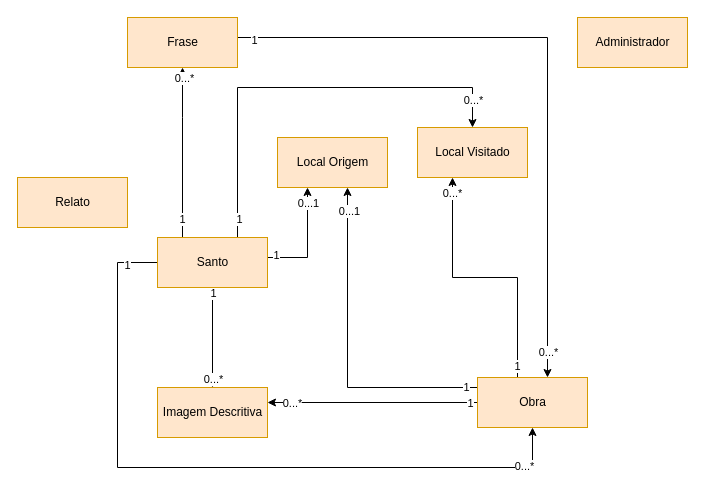
This is page "Conceptual Model" (1 of 2) of Documentation/Untitled Diagram.drawio from the-catholics/Saints-API, a draw.io file, before an edit. Source tidied: cells renumbered, new cells numbered last; positions are measured from the earlier drawing's top-left corner, leaving out a move shared by most shapes. Both pictures are drawn from the tidied source at 100%, with x=0, y=0 at pixel (17, 17).
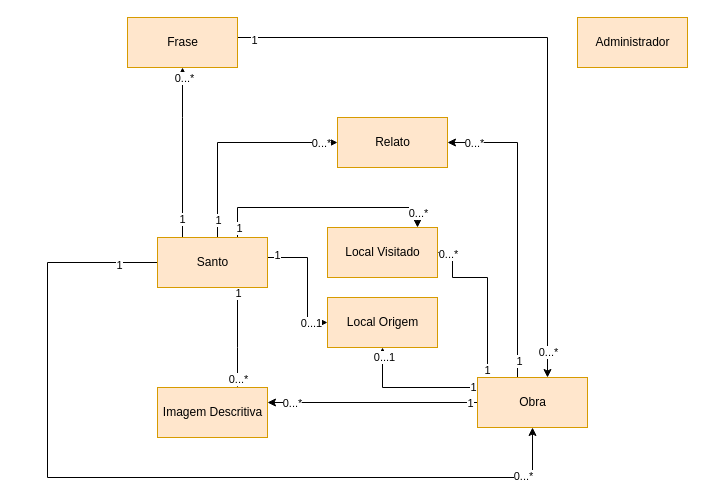
Above is the later version.

The change refers to these unchanged cells:
```xml
<mxCell id="17" value="Santo" style="html=1;fillColor=#ffe6cc;strokeColor=#d79b00;" parent="1" vertex="1">
  <mxGeometry x="140" y="220" width="110" height="50" as="geometry" />
</mxCell>
<mxCell id="27" value="Obra" style="html=1;fillColor=#ffe6cc;strokeColor=#d79b00;" parent="1" vertex="1">
  <mxGeometry x="460" y="360" width="110" height="50" as="geometry" />
</mxCell>
<mxCell id="28" value="Imagem Descritiva" style="html=1;fillColor=#ffe6cc;strokeColor=#d79b00;" parent="1" vertex="1">
  <mxGeometry x="140" y="370" width="110" height="50" as="geometry" />
</mxCell>
```

What changed in the source:
```diff
@@
     <mxCell id="2" style="edgeStyle=orthogonalEdgeStyle;rounded=0;jettySize=auto;html=1;" parent="1" edge="1" source="17" target="27">
       <mxGeometry relative="1" as="geometry">
         <Array as="points">
-          <mxPoint x="100" y="245" />
-          <mxPoint x="100" y="450" />
-          <mxPoint x="515" y="450" />
+          <mxPoint x="30" y="245" />
+          <mxPoint x="30" y="460" />
+          <mxPoint x="515" y="460" />
         </Array>
       </mxGeometry>
     </mxCell>
@@
     <mxCell id="5" style="edgeStyle=orthogonalEdgeStyle;rounded=0;jettySize=auto;html=1;" parent="1" edge="1" source="17" target="28">
-      <mxGeometry relative="1" as="geometry" />
+      <mxGeometry relative="1" as="geometry">
+        <Array as="points">
+          <mxPoint x="220" y="330" />
+          <mxPoint x="220" y="330" />
+        </Array>
+      </mxGeometry>
     </mxCell>
@@
     <mxCell id="14" style="edgeStyle=orthogonalEdgeStyle;rounded=0;jettySize=auto;html=1;" parent="1" edge="1" source="17" target="35">
       <mxGeometry relative="1" as="geometry">
         <Array as="points">
-          <mxPoint x="220" y="70" />
-          <mxPoint x="455" y="70" />
+          <mxPoint x="220" y="190" />
+          <mxPoint x="400" y="190" />
         </Array>
       </mxGeometry>
     </mxCell>
@@
+    <mxCell id="37" style="edgeStyle=orthogonalEdgeStyle;rounded=0;jettySize=auto;html=1;" parent="1" edge="1" source="17" target="36">
+      <mxGeometry relative="1" as="geometry">
+        <Array as="points">
+          <mxPoint x="200" y="125" />
+        </Array>
+      </mxGeometry>
+    </mxCell>
+    <mxCell id="38" value="1" style="edgeLabel;html=1;align=center;verticalAlign=middle;" parent="37" vertex="1">
+      <mxGeometry x="-0.83" relative="1" as="geometry" />
+    </mxCell>
+    <mxCell id="39" value="0...*" style="edgeLabel;html=1;align=center;verticalAlign=middle;" parent="37" vertex="1">
+      <mxGeometry x="0.84" relative="1" as="geometry" />
+    </mxCell>
@@
     <mxCell id="21" style="edgeStyle=orthogonalEdgeStyle;rounded=0;jettySize=auto;html=1;" parent="1" edge="1" source="27" target="34">
       <mxGeometry relative="1" as="geometry">
         <Array as="points">
-          <mxPoint x="330" y="370" />
+          <mxPoint x="365" y="370" />
         </Array>
       </mxGeometry>
     </mxCell>
@@
     <mxCell id="24" style="edgeStyle=orthogonalEdgeStyle;rounded=0;jettySize=auto;html=1;" parent="1" edge="1" source="27" target="35">
       <mxGeometry relative="1" as="geometry">
         <Array as="points">
-          <mxPoint x="500" y="260" />
+          <mxPoint x="470" y="260" />
           <mxPoint x="435" y="260" />
+          <mxPoint x="435" y="235" />
         </Array>
       </mxGeometry>
     </mxCell>
@@
+    <mxCell id="40" style="edgeStyle=orthogonalEdgeStyle;rounded=0;jettySize=auto;html=1;" parent="1" edge="1" source="27" target="36">
+      <mxGeometry relative="1" as="geometry">
+        <Array as="points">
+          <mxPoint x="500" y="125" />
+        </Array>
+      </mxGeometry>
+    </mxCell>
+    <mxCell id="41" value="1" style="edgeLabel;html=1;align=center;verticalAlign=middle;" parent="40" vertex="1">
+      <mxGeometry x="-0.89" y="-2" relative="1" as="geometry">
+        <mxPoint x="-1" as="offset" />
+      </mxGeometry>
+    </mxCell>
+    <mxCell id="42" value="0...*" style="edgeLabel;html=1;align=center;verticalAlign=middle;" parent="40" vertex="1">
+      <mxGeometry x="0.88" relative="1" as="geometry">
+        <mxPoint x="8" as="offset" />
+      </mxGeometry>
+    </mxCell>
@@
     <mxCell id="34" value="Local Origem" style="html=1;fillColor=#ffe6cc;strokeColor=#d79b00;" parent="1" vertex="1">
-      <mxGeometry x="260" y="120" width="110" height="50" as="geometry" />
+      <mxGeometry x="310" y="280" width="110" height="50" as="geometry" />
     </mxCell>
     <mxCell id="35" value="Local Visitado" style="html=1;fillColor=#ffe6cc;strokeColor=#d79b00;" parent="1" vertex="1">
-      <mxGeometry x="400" y="110" width="110" height="50" as="geometry" />
+      <mxGeometry x="310" y="210" width="110" height="50" as="geometry" />
     </mxCell>
     <mxCell id="36" value="Relato" style="html=1;fillColor=#ffe6cc;strokeColor=#d79b00;" parent="1" vertex="1">
-      <mxGeometry y="160" width="110" height="50" as="geometry" />
+      <mxGeometry x="320" y="100" width="110" height="50" as="geometry" />
     </mxCell>
```
